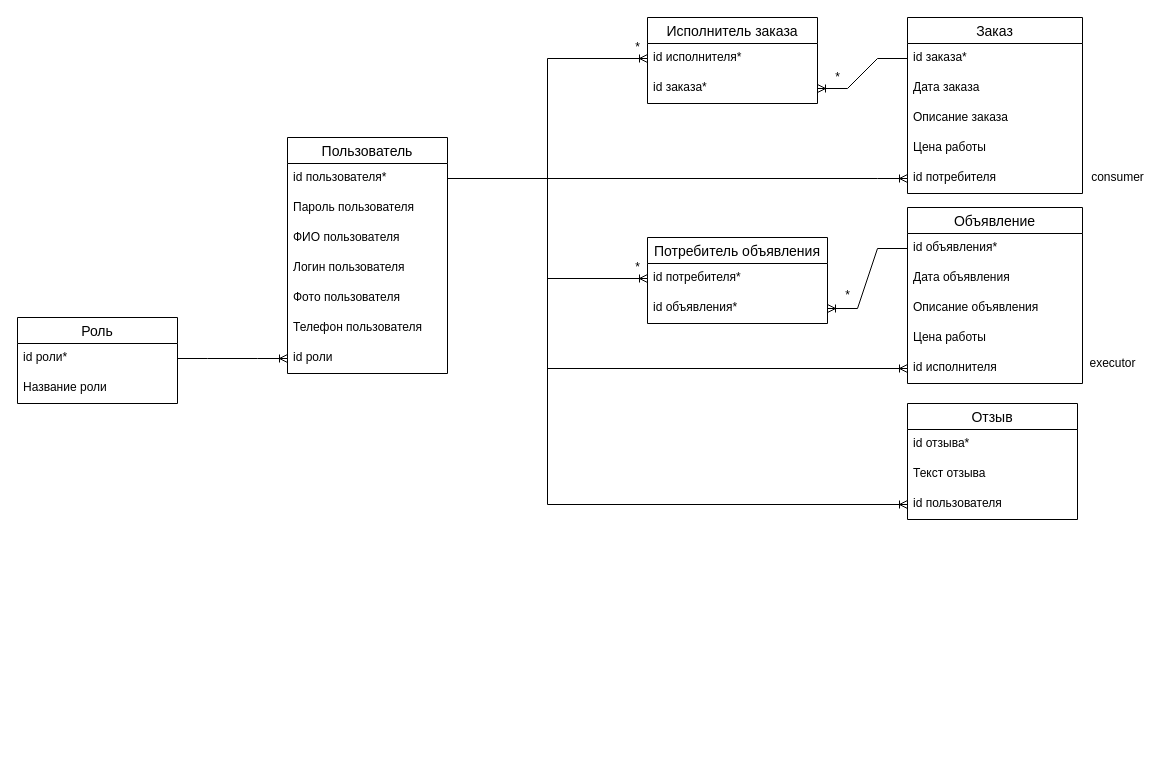
Above: Khalikov_BD.drawio in UppercutsFromKupchino/Khalikov_BD (draw.io), before the change. Source tidied: cells renumbered, new cells numbered last; positions are measured from the earlier drawing's top-left corner, leaving out a move shared by most shapes. Both pictures are drawn from the tidied source at 100%, with x=0, y=0 at pixel (17, 17).
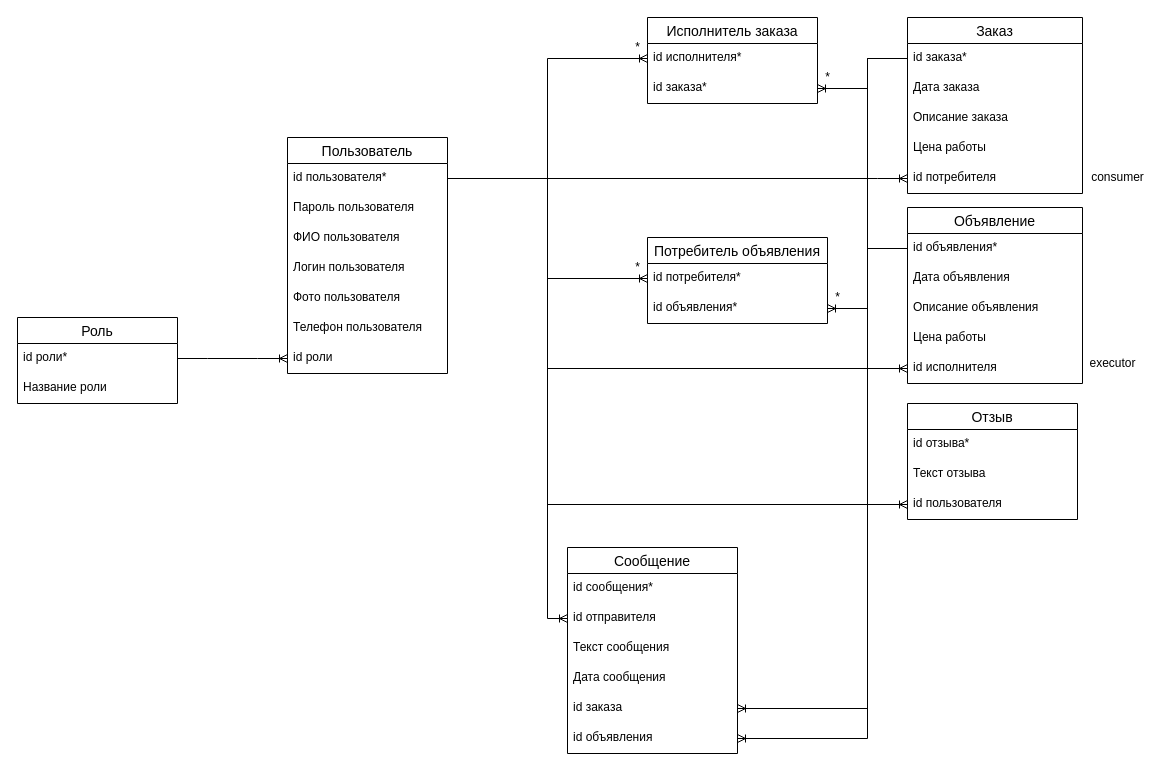
The same diagram, later.

The change refers to these unchanged cells:
```xml
<mxCell id="3" value="id пользователя*" style="text;strokeColor=none;fillColor=none;spacingLeft=4;spacingRight=4;overflow=hidden;points=[[0,0.5],[1,0.5]];portConstraint=eastwest;fontSize=12;" parent="2" vertex="1">
  <mxGeometry y="26" width="160" height="30" as="geometry" />
</mxCell>
<mxCell id="11" value="id объявления*" style="text;strokeColor=none;fillColor=none;spacingLeft=4;spacingRight=4;overflow=hidden;points=[[0,0.5],[1,0.5]];portConstraint=eastwest;fontSize=12;" parent="10" vertex="1">
  <mxGeometry y="26" width="175" height="30" as="geometry" />
</mxCell>
<mxCell id="18" value="id заказа*" style="text;strokeColor=none;fillColor=none;spacingLeft=4;spacingRight=4;overflow=hidden;points=[[0,0.5],[1,0.5]];portConstraint=eastwest;fontSize=12;" parent="16" vertex="1">
  <mxGeometry y="56" width="170" height="30" as="geometry" />
</mxCell>
<mxCell id="25" value="id заказа*" style="text;strokeColor=none;fillColor=none;spacingLeft=4;spacingRight=4;overflow=hidden;points=[[0,0.5],[1,0.5]];portConstraint=eastwest;fontSize=12;" parent="24" vertex="1">
  <mxGeometry y="26" width="175" height="30" as="geometry" />
</mxCell>
<mxCell id="32" value="id объявления*" style="text;strokeColor=none;fillColor=none;spacingLeft=4;spacingRight=4;overflow=hidden;points=[[0,0.5],[1,0.5]];portConstraint=eastwest;fontSize=12;" parent="30" vertex="1">
  <mxGeometry y="56" width="180" height="30" as="geometry" />
</mxCell>
```

The edit, as a diff of the source:
```diff
@@
-    <mxCell id="19" style="edgeStyle=entityRelationEdgeStyle;fontSize=12;html=1;endArrow=ERoneToMany;rounded=0;exitX=0;exitY=0.5;exitDx=0;exitDy=0;entryX=1;entryY=0.5;entryDx=0;entryDy=0;" parent="1" edge="1" source="25" target="18">
-      <mxGeometry relative="1" as="geometry" />
+    <mxCell id="19" style="edgeStyle=orthogonalEdgeStyle;fontSize=12;html=1;endArrow=ERoneToMany;rounded=0;exitX=0;exitY=0.5;exitDx=0;exitDy=0;entryX=1;entryY=0.5;entryDx=0;entryDy=0;" parent="1" edge="1" source="25" target="18">
+      <mxGeometry relative="1" as="geometry">
+        <Array as="points">
+          <mxPoint x="850" y="41" />
+          <mxPoint x="850" y="71" />
+        </Array>
+      </mxGeometry>
     </mxCell>
@@
-    <mxCell id="33" style="edgeStyle=entityRelationEdgeStyle;fontSize=12;html=1;endArrow=ERoneToMany;rounded=0;exitX=0;exitY=0.5;exitDx=0;exitDy=0;entryX=1;entryY=0.5;entryDx=0;entryDy=0;" parent="1" edge="1" source="11" target="32">
+    <mxCell id="33" style="edgeStyle=orthogonalEdgeStyle;fontSize=12;html=1;endArrow=ERoneToMany;rounded=0;exitX=0;exitY=0.5;exitDx=0;exitDy=0;entryX=1;entryY=0.5;entryDx=0;entryDy=0;" parent="1" edge="1" source="11" target="32">
       <mxGeometry relative="1" as="geometry" />
     </mxCell>
@@
     <mxCell id="44" value="*" style="text;html=1;align=center;verticalAlign=middle;strokeColor=none;fillColor=none;" parent="1" vertex="1">
-      <mxGeometry x="810" y="50" width="20" height="20" as="geometry" />
+      <mxGeometry x="800" y="50" width="20" height="20" as="geometry" />
     </mxCell>
@@
     <mxCell id="46" value="*" style="text;html=1;align=center;verticalAlign=middle;strokeColor=none;fillColor=none;" parent="1" vertex="1">
-      <mxGeometry x="820" y="268" width="20" height="20" as="geometry" />
+      <mxGeometry x="810" y="270" width="20" height="20" as="geometry" />
     </mxCell>
@@
+    <mxCell id="49" value="Сообщение" style="swimlane;fontStyle=0;horizontal=1;startSize=26;align=center;fontSize=14;" parent="1" vertex="1">
+      <mxGeometry x="550" y="530" width="170" height="206" as="geometry" />
+    </mxCell>
+    <mxCell id="50" value="id сообщения*" style="text;strokeColor=none;fillColor=none;spacingLeft=4;spacingRight=4;overflow=hidden;fontSize=12;" parent="49" vertex="1">
+      <mxGeometry y="26" width="170" height="30" as="geometry" />
+    </mxCell>
+    <mxCell id="51" value="id отправителя" style="text;strokeColor=none;fillColor=none;spacingLeft=4;spacingRight=4;overflow=hidden;points=[[0,0.5],[1,0.5]];portConstraint=eastwest;fontSize=12;" parent="49" vertex="1">
+      <mxGeometry y="56" width="170" height="30" as="geometry" />
+    </mxCell>
+    <mxCell id="52" value="Текст сообщения" style="text;strokeColor=none;fillColor=none;spacingLeft=4;spacingRight=4;overflow=hidden;fontSize=12;" parent="49" vertex="1">
+      <mxGeometry y="86" width="170" height="30" as="geometry" />
+    </mxCell>
+    <mxCell id="53" value="Дата сообщения" style="text;strokeColor=none;fillColor=none;spacingLeft=4;spacingRight=4;overflow=hidden;fontSize=12;" parent="49" vertex="1">
+      <mxGeometry y="116" width="170" height="30" as="geometry" />
+    </mxCell>
+    <mxCell id="54" value="id заказа" style="text;strokeColor=none;fillColor=none;spacingLeft=4;spacingRight=4;overflow=hidden;points=[[0,0.5],[1,0.5]];portConstraint=eastwest;fontSize=12;" parent="49" vertex="1">
+      <mxGeometry y="146" width="170" height="30" as="geometry" />
+    </mxCell>
+    <mxCell id="55" value="id объявления" style="text;strokeColor=none;fillColor=none;spacingLeft=4;spacingRight=4;overflow=hidden;points=[[0,0.5],[1,0.5]];portConstraint=eastwest;fontSize=12;" parent="49" vertex="1">
+      <mxGeometry y="176" width="170" height="30" as="geometry" />
+    </mxCell>
+    <mxCell id="56" style="edgeStyle=orthogonalEdgeStyle;fontSize=12;html=1;endArrow=ERoneToMany;rounded=0;entryX=0;entryY=0.5;entryDx=0;entryDy=0;exitX=1;exitY=0.5;exitDx=0;exitDy=0;" parent="1" edge="1" source="3" target="51">
+      <mxGeometry relative="1" as="geometry">
+        <Array as="points">
+          <mxPoint x="530" y="161" />
+          <mxPoint x="530" y="601" />
+        </Array>
+      </mxGeometry>
+    </mxCell>
+    <mxCell id="57" style="edgeStyle=orthogonalEdgeStyle;fontSize=12;html=1;endArrow=ERoneToMany;rounded=0;entryX=1;entryY=0.5;entryDx=0;entryDy=0;exitX=0;exitY=0.5;exitDx=0;exitDy=0;" parent="1" edge="1" source="25" target="54">
+      <mxGeometry relative="1" as="geometry">
+        <Array as="points">
+          <mxPoint x="850" y="41" />
+          <mxPoint x="850" y="691" />
+        </Array>
+      </mxGeometry>
+    </mxCell>
+    <mxCell id="58" style="edgeStyle=orthogonalEdgeStyle;fontSize=12;html=1;endArrow=ERoneToMany;rounded=0;entryX=1;entryY=0.5;entryDx=0;entryDy=0;exitX=0;exitY=0.5;exitDx=0;exitDy=0;" parent="1" edge="1" source="11" target="55">
+      <mxGeometry relative="1" as="geometry">
+        <Array as="points">
+          <mxPoint x="850" y="231" />
+          <mxPoint x="850" y="721" />
+        </Array>
+      </mxGeometry>
+    </mxCell>
```
